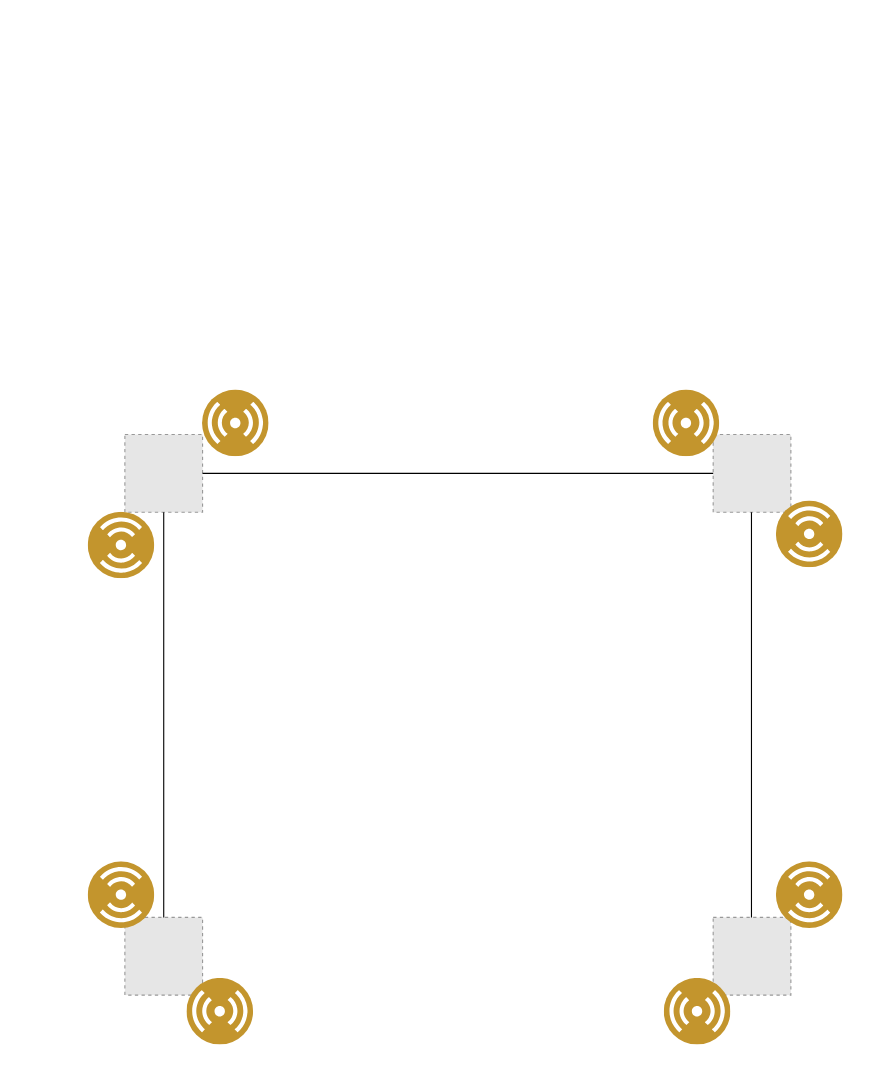
zdiputs/TINGLS keeps this draw.io diagram as ld.drawio. Above is the earlier version. Source tidied: cells renumbered, new cells numbered last; positions are measured from the earlier drawing's top-left corner, leaving out a move shared by most shapes. Both pictures are drawn from the tidied source at 111%, with x=0, y=0 at pixel (87, 390). Pictures stored in the file or linked from it are replaced by grey dashed boxes.
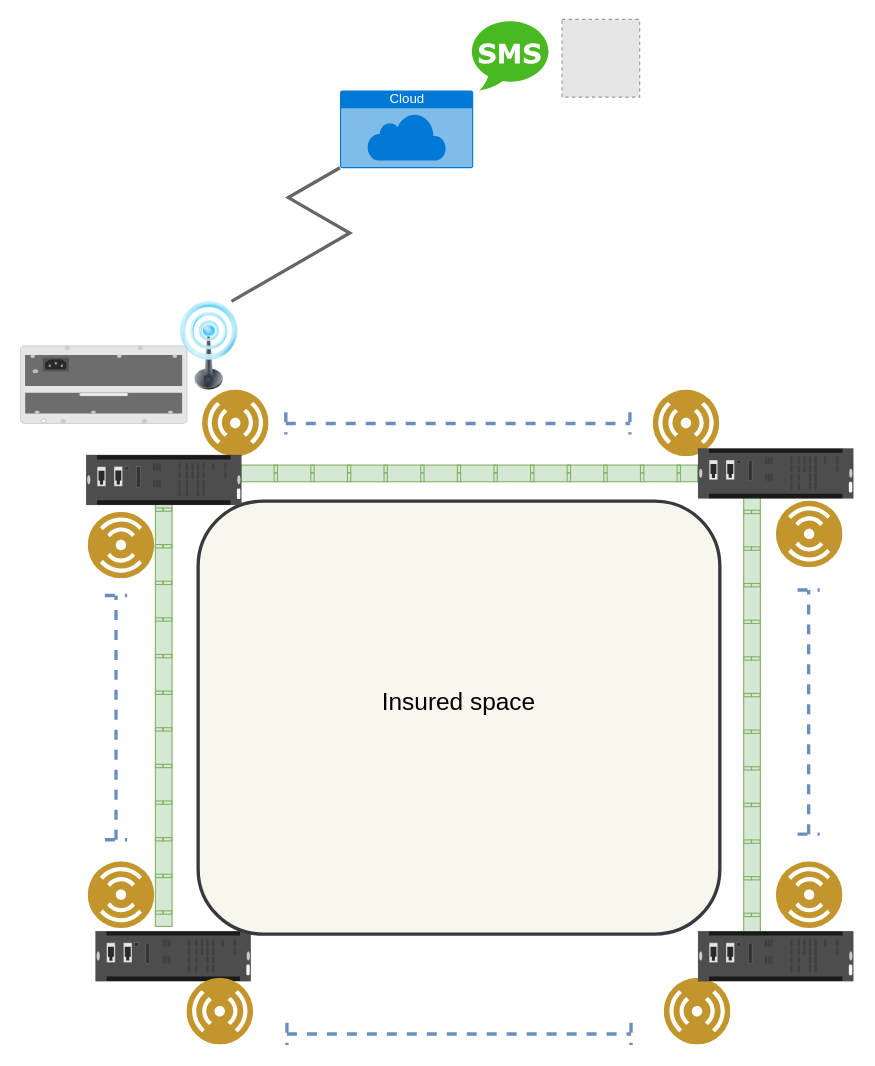
The same page after the edit.

Change to the diagram source:
```diff
@@
-    <mxCell id="2" style="fillColor=#E6E6E6;strokeColor=#999999;dashed=1;html=1;verticalAlign=top;verticalLabelPosition=bottom;labelBackgroundColor=#ffffff;" parent="1" vertex="1">
-      <mxGeometry x="34" y="40" width="70" height="70" as="geometry" />
-    </mxCell>
-    <mxCell id="3" style="fillColor=#E6E6E6;strokeColor=#999999;dashed=1;html=1;verticalAlign=top;verticalLabelPosition=bottom;labelBackgroundColor=#ffffff;" parent="1" vertex="1">
-      <mxGeometry x="564" y="40" width="70" height="70" as="geometry" />
-    </mxCell>
-    <mxCell id="4" style="fillColor=#E6E6E6;strokeColor=#999999;dashed=1;html=1;verticalAlign=top;verticalLabelPosition=bottom;labelBackgroundColor=#ffffff;" parent="1" vertex="1">
-      <mxGeometry x="34" y="475" width="70" height="70" as="geometry" />
-    </mxCell>
-    <mxCell id="5" style="fillColor=#E6E6E6;strokeColor=#999999;dashed=1;html=1;verticalAlign=top;verticalLabelPosition=bottom;labelBackgroundColor=#ffffff;" parent="1" vertex="1">
-      <mxGeometry x="564" y="475" width="70" height="70" as="geometry" />
-    </mxCell>
+    <mxCell id="17" style="html=1;verticalLabelPosition=bottom;verticalAlign=top;shadow=0;dashed=0;shape=mxgraph.rack.hpe_aruba.switches.jl368a_aruba_8400_mgmt_mod;fontSize=22;strokeWidth=3;rotation=90;" parent="1" vertex="1">
+      <mxGeometry x="55" y="440" width="45" height="139.8" as="geometry" />
+    </mxCell>
+    <mxCell id="18" style="html=1;verticalLabelPosition=bottom;verticalAlign=top;shadow=0;dashed=0;shape=mxgraph.rack.hpe_aruba.switches.j9828a_5400r_700w_poeplus_zl2_power_supply;fontSize=22;strokeWidth=3;" parent="1" vertex="1">
+      <mxGeometry x="-60" y="-40" width="150" height="70" as="geometry" />
+    </mxCell>
-    <mxCell id="6" style="endArrow=none;html=1;rounded=0;exitX=1;exitY=0.5;exitDx=0;exitDy=0;entryX=0;entryY=0.5;entryDx=0;entryDy=0;" parent="1" edge="1" source="2" target="3">
-      <mxGeometry relative="1" as="geometry" />
+    <mxCell id="6" style="endArrow=none;html=1;rounded=0;exitX=1;exitY=0.5;exitDx=0;exitDy=0;entryX=0;entryY=0.5;entryDx=0;entryDy=0;strokeWidth=6;fillColor=#d5e8d4;strokeColor=#82b366;startArrow=none;" parent="1" edge="1" source="25">
+      <mxGeometry relative="1" as="geometry">
+        <mxPoint x="564" y="75" as="targetPoint" />
+      </mxGeometry>
     </mxCell>
-    <mxCell id="7" style="endArrow=none;html=1;rounded=0;entryX=0.5;entryY=1;entryDx=0;entryDy=0;exitX=0.5;exitY=0;exitDx=0;exitDy=0;" parent="1" edge="1" source="4" target="2">
-      <mxGeometry relative="1" as="geometry" />
+    <mxCell id="7" style="endArrow=none;html=1;rounded=0;entryX=0.5;entryY=1;entryDx=0;entryDy=0;exitX=0.5;exitY=0;exitDx=0;exitDy=0;strokeWidth=6;fillColor=#d5e8d4;strokeColor=#82b366;" parent="1" edge="1">
+      <mxGeometry relative="1" as="geometry">
+        <mxPoint x="69" y="475" as="sourcePoint" />
+        <mxPoint x="69" y="110" as="targetPoint" />
+      </mxGeometry>
     </mxCell>
-    <mxCell id="8" style="endArrow=none;html=1;rounded=0;entryX=0.5;entryY=1;entryDx=0;entryDy=0;exitX=0.5;exitY=0;exitDx=0;exitDy=0;" parent="1" edge="1">
+    <mxCell id="8" style="endArrow=none;html=1;rounded=0;entryX=0.5;entryY=1;entryDx=0;entryDy=0;exitX=0.5;exitY=0;exitDx=0;exitDy=0;strokeWidth=6;fillColor=#d5e8d4;strokeColor=#82b366;" parent="1" edge="1">
       <mxGeometry relative="1" as="geometry">
         <mxPoint x="598.5" y="475" as="sourcePoint" />
         <mxPoint x="598.5" y="110" as="targetPoint" />
       </mxGeometry>
     </mxCell>
@@
-    <mxCell id="10" style="perimeter=ellipsePerimeter;html=1;align=center;shadow=0;dashed=0;fontColor=#4277BB;labelBackgroundColor=#ffffff;fontSize=12;spacingTop=3;image;image=img/lib/ibm/users/sensor.svg;rotation=90;" parent="1" vertex="1">
-      <mxGeometry y="425" width="60" height="60" as="geometry" />
-    </mxCell>
+    <mxCell id="19" style="shape=crossbar;whiteSpace=wrap;html=1;rounded=1;strokeWidth=3;fillColor=#dae8fc;strokeColor=#6c8ebf;dashed=1;" parent="1" vertex="1">
+      <mxGeometry x="180" y="570" width="310" height="20" as="geometry" />
+    </mxCell>
+    <mxCell id="20" style="shape=crossbar;whiteSpace=wrap;html=1;rounded=1;rotation=-90;strokeWidth=3;fillColor=#dae8fc;strokeColor=#6c8ebf;dashed=1;" parent="1" vertex="1">
+      <mxGeometry x="-84" y="285" width="220" height="20" as="geometry" />
+    </mxCell>
+    <mxCell id="21" style="shape=crossbar;whiteSpace=wrap;html=1;rounded=1;rotation=-90;strokeWidth=3;fillColor=#dae8fc;strokeColor=#6c8ebf;dashed=1;" parent="1" vertex="1">
+      <mxGeometry x="540" y="280" width="220" height="20" as="geometry" />
+    </mxCell>
+    <mxCell id="22" style="shape=crossbar;whiteSpace=wrap;html=1;rounded=1;strokeWidth=3;fillColor=#dae8fc;strokeColor=#6c8ebf;dashed=1;" parent="1" vertex="1">
+      <mxGeometry x="179" y="20" width="310" height="20" as="geometry" />
+    </mxCell>
+    <mxCell id="23" style="strokeColor=#82b366;html=1;labelPosition=right;align=left;spacingLeft=15;shadow=0;dashed=0;shape=mxgraph.rackGeneral.horCableDuct;rotation=-90;fillColor=#d5e8d4;" parent="1" vertex="1">
+      <mxGeometry x="-123.5" y="283.1" width="385" height="15" as="geometry" />
+    </mxCell>
+    <mxCell id="24" style="strokeColor=#82b366;html=1;labelPosition=right;align=left;spacingLeft=15;shadow=0;dashed=0;shape=mxgraph.rackGeneral.horCableDuct;rotation=-90;fillColor=#d5e8d4;" parent="1" vertex="1">
+      <mxGeometry x="401.9" y="284.6" width="394.2" height="15" as="geometry" />
+    </mxCell>
+    <mxCell id="25" style="strokeColor=#82b366;html=1;labelPosition=right;align=left;spacingLeft=15;shadow=0;dashed=0;outlineConnect=0;shape=mxgraph.rackGeneral.horCableDuct;rotation=0;fillColor=#d5e8d4;" parent="1" vertex="1">
+      <mxGeometry x="118.5" y="67.5" width="431.5" height="15" as="geometry" />
+    </mxCell>
+    <mxCell id="26" style="endArrow=none;html=1;rounded=0;exitX=1;exitY=0.5;exitDx=0;exitDy=0;entryX=0;entryY=0.5;entryDx=0;entryDy=0;strokeWidth=6;fillColor=#d5e8d4;strokeColor=#82b366;" parent="1" edge="1" target="25">
+      <mxGeometry relative="1" as="geometry">
+        <mxPoint x="104" y="75" as="sourcePoint" />
+      </mxGeometry>
+    </mxCell>
@@
+    <mxCell id="16" style="perimeter=ellipsePerimeter;html=1;align=center;shadow=0;dashed=0;fontColor=#4277BB;labelBackgroundColor=#ffffff;fontSize=12;spacingTop=3;image;image=img/lib/ibm/users/sensor.svg;rotation=0;" parent="1" vertex="1">
+      <mxGeometry x="520" y="530" width="60" height="60" as="geometry" />
+    </mxCell>
@@
-    <mxCell id="16" style="perimeter=ellipsePerimeter;html=1;align=center;shadow=0;dashed=0;fontColor=#4277BB;labelBackgroundColor=#ffffff;fontSize=12;spacingTop=3;image;image=img/lib/ibm/users/sensor.svg;rotation=0;" parent="1" vertex="1">
-      <mxGeometry x="520" y="530" width="60" height="60" as="geometry" />
-    </mxCell>
+    <mxCell id="10" style="perimeter=ellipsePerimeter;html=1;align=center;shadow=0;dashed=0;fontColor=#4277BB;labelBackgroundColor=#ffffff;fontSize=12;spacingTop=3;image;image=img/lib/ibm/users/sensor.svg;rotation=90;" parent="1" vertex="1">
+      <mxGeometry y="425" width="60" height="60" as="geometry" />
+    </mxCell>
+    <mxCell id="27" value="&lt;div style=&quot;font-size: 22px;&quot;&gt;&lt;font style=&quot;font-size: 22px;&quot;&gt;Insured space&lt;/font&gt;&lt;/div&gt;&lt;div style=&quot;font-size: 22px;&quot;&gt;&lt;br&gt;&lt;/div&gt;" style="rounded=1;whiteSpace=wrap;html=1;strokeWidth=3;fillColor=#f9f7ed;strokeColor=#36393d;" parent="1" vertex="1">
+      <mxGeometry x="100" y="100" width="470" height="390" as="geometry" />
+    </mxCell>
+    <mxCell id="28" value="Cloud" style="html=1;strokeColor=none;fillColor=#0079D6;labelPosition=center;verticalLabelPosition=middle;verticalAlign=top;align=center;fontSize=12;outlineConnect=0;spacingTop=-6;fontColor=#FFFFFF;sketch=0;shape=mxgraph.sitemap.cloud;dashed=1;" parent="1" vertex="1">
+      <mxGeometry x="227.8" y="-270" width="120" height="70" as="geometry" />
+    </mxCell>
+    <mxCell id="29" style="image;html=1;image=img/lib/clip_art/telecommunication/Signal_tower_on_128x128.png;dashed=1;strokeWidth=3;" parent="1" vertex="1">
+      <mxGeometry x="70" y="-80" width="80" height="80" as="geometry" />
+    </mxCell>
+    <mxCell id="30" style="edgeStyle=isometricEdgeStyle;endArrow=none;html=1;rounded=0;strokeWidth=3;exitX=0.75;exitY=0;exitDx=0;exitDy=0;fillColor=#f5f5f5;strokeColor=#666666;" parent="1" edge="1" source="29" target="28">
+      <mxGeometry relative="1" as="geometry" />
+    </mxCell>
+    <mxCell id="31" style="dashed=0;html=1;align=center;labelPosition=center;verticalLabelPosition=bottom;verticalAlign=top;shape=mxgraph.weblogos.sms;fillColor=#48B921;strokeColor=none;fontSize=22;" parent="1" vertex="1">
+      <mxGeometry x="346.4" y="-334" width="69.2" height="64" as="geometry" />
+    </mxCell>
+    <mxCell id="32" style="fillColor=#E6E6E6;strokeColor=#999999;dashed=1;html=1;verticalAlign=top;verticalLabelPosition=bottom;labelBackgroundColor=#ffffff;fontSize=22;" parent="1" vertex="1">
+      <mxGeometry x="427.8" y="-334" width="70" height="70" as="geometry" />
+    </mxCell>
+    <mxCell id="33" style="html=1;verticalLabelPosition=bottom;verticalAlign=top;shadow=0;dashed=0;shape=mxgraph.rack.hpe_aruba.switches.jl368a_aruba_8400_mgmt_mod;fontSize=22;strokeWidth=3;rotation=90;fillColor=#67D4F5;fontColor=#333333;strokeColor=#664C04;" parent="1" vertex="1">
+      <mxGeometry x="597.8" y="5.1" width="45" height="139.8" as="geometry" />
+    </mxCell>
+    <mxCell id="34" style="html=1;verticalLabelPosition=bottom;verticalAlign=top;shadow=0;dashed=0;shape=mxgraph.rack.hpe_aruba.switches.jl368a_aruba_8400_mgmt_mod;fontSize=22;strokeWidth=3;rotation=90;" parent="1" vertex="1">
+      <mxGeometry x="46.5" y="11" width="45" height="139.8" as="geometry" />
+    </mxCell>
+    <mxCell id="35" style="html=1;verticalLabelPosition=bottom;verticalAlign=top;shadow=0;dashed=0;shape=mxgraph.rack.hpe_aruba.switches.jl368a_aruba_8400_mgmt_mod;fontSize=22;strokeWidth=3;rotation=90;" parent="1" vertex="1">
+      <mxGeometry x="597.8" y="440" width="45" height="139.8" as="geometry" />
+    </mxCell>
```
